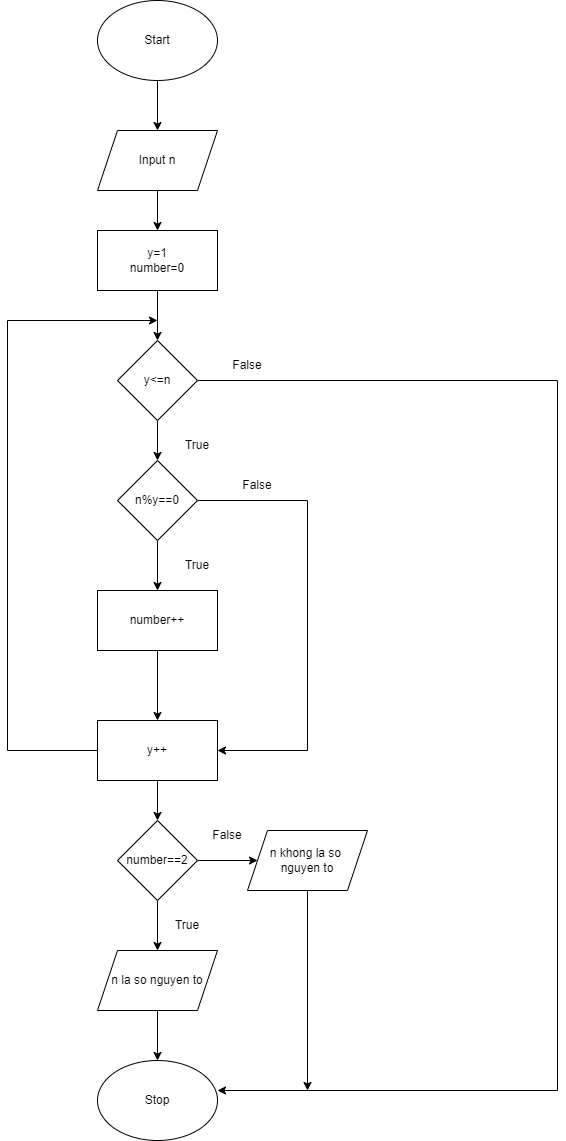
Above: Assignment2/flowchart/bai3.png in NXTuan97/T2204-LBEP (draw.io), before the change. Source tidied: cells renumbered, new cells last; positions are measured from the earlier drawing's top-left corner, leaving out a move shared by most shapes.
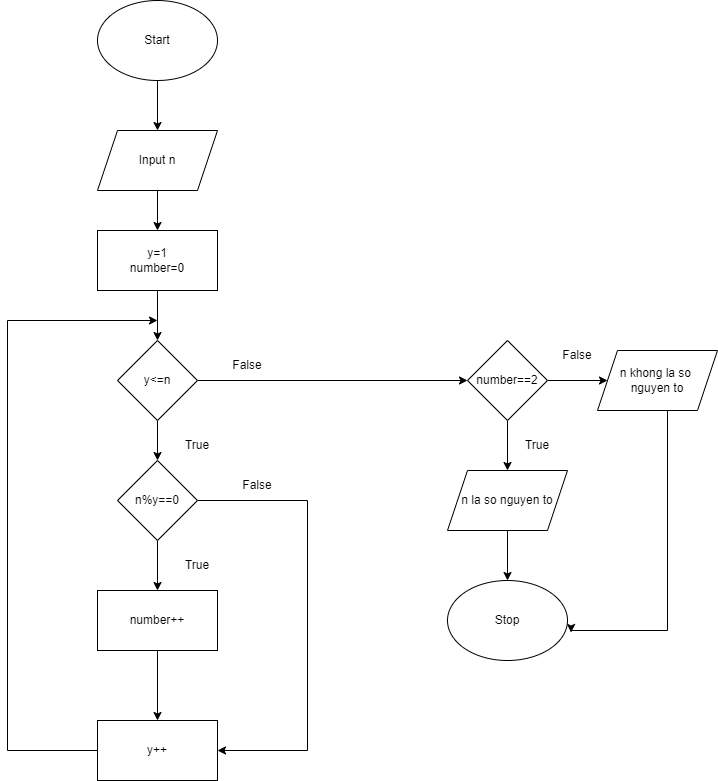
After the change.

Diff of the diagram source:
```diff
@@ -29,14 +29,11 @@
         <mxPoint x="150" y="460" as="targetPoint" />
       </mxGeometry>
     </mxCell>
-    <mxCell id="9" style="edgeStyle=orthogonalEdgeStyle;rounded=0;jettySize=auto;html=1;entryX=1;entryY=0.375;entryDx=0;entryDy=0;entryPerimeter=0;startArrow=none;exitX=1;exitY=0.5;exitDx=0;exitDy=0;" parent="1" edge="1" source="10" target="26">
-      <mxGeometry relative="1" as="geometry">
-        <Array as="points">
-          <mxPoint x="550" y="380" />
-          <mxPoint x="550" y="1090" />
-        </Array>
-      </mxGeometry>
-    </mxCell>
+    <mxCell id="33" style="edgeStyle=orthogonalEdgeStyle;rounded=0;jettySize=auto;html=1;" parent="1" edge="1" source="10">
+      <mxGeometry relative="1" as="geometry">
+        <mxPoint x="460" y="380" as="targetPoint" />
+      </mxGeometry>
+    </mxCell>
     <mxCell id="10" value="y&amp;lt;=n" style="rhombus;whiteSpace=wrap;html=1;" parent="1" vertex="1">
       <mxGeometry x="110" y="340" width="80" height="80" as="geometry" />
     </mxCell>
@@ -64,11 +61,6 @@
     <mxCell id="15" value="number++" style="rounded=0;whiteSpace=wrap;html=1;" parent="1" vertex="1">
       <mxGeometry x="90" y="590" width="120" height="60" as="geometry" />
     </mxCell>
-    <mxCell id="16" style="edgeStyle=orthogonalEdgeStyle;rounded=0;jettySize=auto;html=1;" parent="1" edge="1" source="18">
-      <mxGeometry relative="1" as="geometry">
-        <mxPoint x="150" y="820" as="targetPoint" />
-      </mxGeometry>
-    </mxCell>
     <mxCell id="17" style="edgeStyle=orthogonalEdgeStyle;rounded=0;jettySize=auto;html=1;" parent="1" edge="1" source="18">
       <mxGeometry relative="1" as="geometry">
         <mxPoint x="150" y="320" as="targetPoint" />
@@ -83,35 +75,38 @@
     </mxCell>
     <mxCell id="19" style="edgeStyle=orthogonalEdgeStyle;rounded=0;jettySize=auto;html=1;" parent="1" edge="1" source="21">
       <mxGeometry relative="1" as="geometry">
-        <mxPoint x="250" y="860" as="targetPoint" />
+        <mxPoint x="600" y="380" as="targetPoint" />
       </mxGeometry>
     </mxCell>
     <mxCell id="20" style="edgeStyle=orthogonalEdgeStyle;rounded=0;jettySize=auto;html=1;" parent="1" edge="1" source="21">
       <mxGeometry relative="1" as="geometry">
-        <mxPoint x="150" y="950" as="targetPoint" />
+        <mxPoint x="500" y="470" as="targetPoint" />
       </mxGeometry>
     </mxCell>
     <mxCell id="21" value="number==2" style="rhombus;whiteSpace=wrap;html=1;" parent="1" vertex="1">
-      <mxGeometry x="110" y="820" width="80" height="80" as="geometry" />
+      <mxGeometry x="460" y="340" width="80" height="80" as="geometry" />
     </mxCell>
     <mxCell id="22" style="edgeStyle=orthogonalEdgeStyle;rounded=0;jettySize=auto;html=1;" parent="1" edge="1" source="23">
       <mxGeometry relative="1" as="geometry">
-        <mxPoint x="150" y="1060" as="targetPoint" />
+        <mxPoint x="500" y="580" as="targetPoint" />
       </mxGeometry>
     </mxCell>
     <mxCell id="23" value="n la so nguyen to" style="shape=parallelogram;perimeter=parallelogramPerimeter;whiteSpace=wrap;html=1;fixedSize=1;" parent="1" vertex="1">
-      <mxGeometry x="90" y="950" width="120" height="60" as="geometry" />
+      <mxGeometry x="440" y="470" width="120" height="60" as="geometry" />
     </mxCell>
-    <mxCell id="24" style="edgeStyle=orthogonalEdgeStyle;rounded=0;jettySize=auto;html=1;" parent="1" edge="1" source="25">
-      <mxGeometry relative="1" as="geometry">
-        <mxPoint x="300" y="1090" as="targetPoint" />
-      </mxGeometry>
-    </mxCell>
+    <mxCell id="34" style="edgeStyle=orthogonalEdgeStyle;rounded=0;jettySize=auto;html=1;entryX=1.03;entryY=0.65;entryDx=0;entryDy=0;entryPerimeter=0;" parent="1" edge="1" source="25" target="26">
+      <mxGeometry relative="1" as="geometry">
+        <Array as="points">
+          <mxPoint x="660" y="630" />
+          <mxPoint x="564" y="630" />
+        </Array>
+      </mxGeometry>
+    </mxCell>
     <mxCell id="25" value="n khong la so&amp;nbsp;&lt;br&gt;nguyen to" style="shape=parallelogram;perimeter=parallelogramPerimeter;whiteSpace=wrap;html=1;fixedSize=1;" parent="1" vertex="1">
-      <mxGeometry x="240" y="830" width="120" height="60" as="geometry" />
+      <mxGeometry x="590" y="350" width="120" height="60" as="geometry" />
     </mxCell>
     <mxCell id="26" value="Stop&lt;br&gt;" style="ellipse;whiteSpace=wrap;html=1;" parent="1" vertex="1">
-      <mxGeometry x="90" y="1060" width="120" height="80" as="geometry" />
+      <mxGeometry x="440" y="580" width="120" height="80" as="geometry" />
     </mxCell>
     <mxCell id="27" value="False&lt;br&gt;" style="text;html=1;strokeColor=none;fillColor=none;align=center;verticalAlign=middle;whiteSpace=wrap;rounded=0;" parent="1" vertex="1">
       <mxGeometry x="210" y="350" width="60" height="30" as="geometry" />
@@ -126,10 +121,10 @@
       <mxGeometry x="160" y="550" width="60" height="30" as="geometry" />
     </mxCell>
     <mxCell id="31" value="False" style="text;html=1;strokeColor=none;fillColor=none;align=center;verticalAlign=middle;whiteSpace=wrap;rounded=0;" parent="1" vertex="1">
-      <mxGeometry x="190" y="820" width="60" height="30" as="geometry" />
+      <mxGeometry x="540" y="340" width="60" height="30" as="geometry" />
     </mxCell>
     <mxCell id="32" value="True" style="text;html=1;strokeColor=none;fillColor=none;align=center;verticalAlign=middle;whiteSpace=wrap;rounded=0;" parent="1" vertex="1">
-      <mxGeometry x="150" y="910" width="60" height="30" as="geometry" />
+      <mxGeometry x="500" y="430" width="60" height="30" as="geometry" />
     </mxCell>
   </root>
 </mxGraphModel>
```
